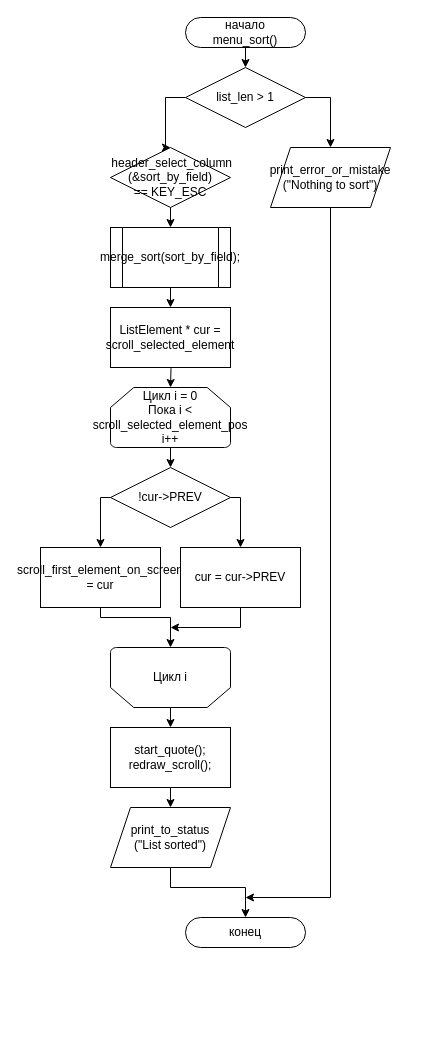
This is ПЗ/Diagrams/menu_sort.drawio from Killfrra/AnP, a draw.io file, before an edit. Source tidied: cells renumbered, new cells numbered last; positions are measured from the earlier drawing's top-left corner, leaving out a move shared by most shapes. Both pictures are drawn from the tidied source at 100%, with x=0, y=0 at pixel (40, 17).
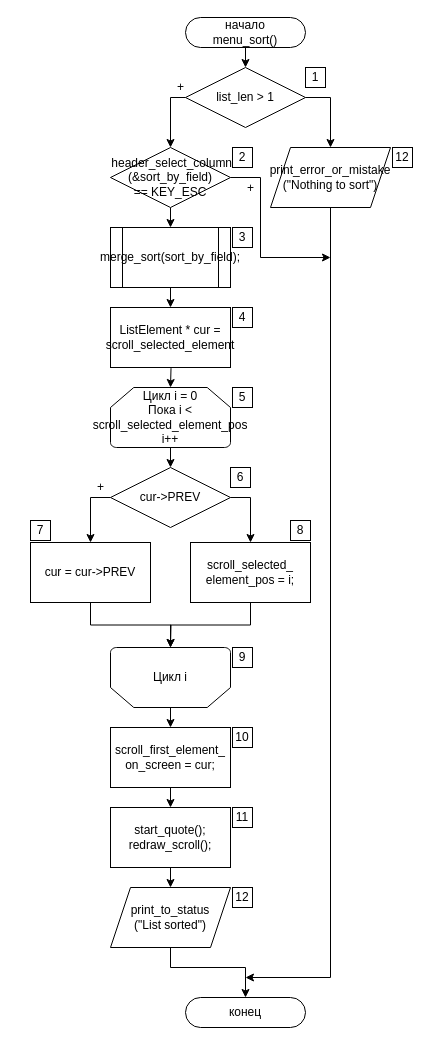
Above is the later version.

Unchanged cells that the change refers to:
```xml
<mxCell id="4" value="list_len &gt; 1" style="rhombus;whiteSpace=wrap;html=1;rounded=0;" parent="1" vertex="1">
  <mxGeometry x="145" y="50" width="120" height="60" as="geometry" />
</mxCell>
<mxCell id="7" value="Цикл i" style="strokeWidth=1;html=1;shape=mxgraph.flowchart.loop_limit;whiteSpace=wrap;flipV=1;" parent="1" vertex="1">
  <mxGeometry x="70" y="630" width="120" height="60" as="geometry" />
</mxCell>
<mxCell id="21" value="&amp;nbsp;header_select_column&lt;br&gt;(&amp;amp;sort_by_field)&lt;br&gt;== KEY_ESC" style="rhombus;whiteSpace=wrap;html=1;rounded=0;" parent="1" vertex="1">
  <mxGeometry x="70" y="130" width="120" height="60" as="geometry" />
</mxCell>
<mxCell id="24" value="print_error_or_mistake&lt;br&gt;(&quot;Nothing to sort&quot;)" style="shape=parallelogram;perimeter=parallelogramPerimeter;whiteSpace=wrap;html=1;fixedSize=1;fontFamily=Helvetica;fontSize=12;fontColor=#000000;align=center;strokeColor=#000000;fillColor=#ffffff;" parent="1" vertex="1">
  <mxGeometry x="230" y="130" width="120" height="60" as="geometry" />
</mxCell>
```

Diff of the diagram source:
```diff
@@
     <mxCell id="3" value="конец" style="rounded=1;whiteSpace=wrap;html=1;arcSize=50;" parent="1" vertex="1">
-      <mxGeometry x="145" y="900" width="120" height="30" as="geometry" />
+      <mxGeometry x="145" y="980" width="120" height="30" as="geometry" />
     </mxCell>
@@
     <mxCell id="5" value="start_quote();&lt;br&gt;redraw_scroll();" style="rounded=0;whiteSpace=wrap;html=1;" parent="1" vertex="1">
-      <mxGeometry x="70" y="710" width="120" height="60" as="geometry" />
+      <mxGeometry x="70" y="790" width="120" height="60" as="geometry" />
     </mxCell>
@@
+    <mxCell id="32" style="edgeStyle=orthogonalEdgeStyle;rounded=0;jettySize=auto;html=1;exitX=0.5;exitY=0;exitDx=0;exitDy=0;exitPerimeter=0;entryX=0.5;entryY=0;entryDx=0;entryDy=0;" parent="1" edge="1" source="7" target="51">
+      <mxGeometry relative="1" as="geometry" />
+    </mxCell>
@@
+    <mxCell id="14" style="edgeStyle=orthogonalEdgeStyle;rounded=0;jettySize=auto;html=1;exitX=0;exitY=0.5;exitDx=0;exitDy=0;entryX=0.5;entryY=0;entryDx=0;entryDy=0;" parent="1" edge="1" source="8" target="12">
+      <mxGeometry relative="1" as="geometry" />
+    </mxCell>
+    <mxCell id="13" style="edgeStyle=orthogonalEdgeStyle;rounded=0;jettySize=auto;html=1;exitX=1;exitY=0.5;exitDx=0;exitDy=0;entryX=0.5;entryY=0;entryDx=0;entryDy=0;" parent="1" edge="1" source="8" target="9">
+      <mxGeometry relative="1" as="geometry" />
+    </mxCell>
-    <mxCell id="8" value="!cur-&gt;PREV" style="rhombus;whiteSpace=wrap;html=1;rounded=0;" parent="1" vertex="1">
+    <mxCell id="8" value="cur-&amp;gt;PREV" style="rhombus;whiteSpace=wrap;html=1;rounded=0;" parent="1" vertex="1">
       <mxGeometry x="70" y="450" width="120" height="60" as="geometry" />
     </mxCell>
+    <mxCell id="10" style="edgeStyle=orthogonalEdgeStyle;rounded=0;jettySize=auto;html=1;exitX=0.5;exitY=1;exitDx=0;exitDy=0;entryX=0.5;entryY=1;entryDx=0;entryDy=0;entryPerimeter=0;" parent="1" edge="1" source="9" target="7">
+      <mxGeometry relative="1" as="geometry" />
+    </mxCell>
-    <mxCell id="9" value="scroll_first_element_on_screen = cur" style="rounded=0;whiteSpace=wrap;html=1;" parent="1" vertex="1">
-      <mxGeometry y="530" width="120" height="60" as="geometry" />
+    <mxCell id="9" value="&lt;font style=&quot;font-size: 12px&quot;&gt;scroll_selected_&lt;br&gt;element_pos = i;&lt;/font&gt;" style="rounded=0;whiteSpace=wrap;html=1;" parent="1" vertex="1">
+      <mxGeometry x="150" y="525" width="120" height="60" as="geometry" />
     </mxCell>
-    <mxCell id="10" style="edgeStyle=orthogonalEdgeStyle;rounded=0;jettySize=auto;html=1;exitX=0.5;exitY=1;exitDx=0;exitDy=0;entryX=0.5;entryY=0;entryDx=0;entryDy=0;" parent="1" edge="1" source="9" target="7">
-      <mxGeometry relative="1" as="geometry">
-        <Array as="points">
-          <mxPoint x="60" y="600" />
-          <mxPoint x="130" y="600" />
-        </Array>
-      </mxGeometry>
-    </mxCell>
-    <mxCell id="11" style="edgeStyle=orthogonalEdgeStyle;rounded=0;jettySize=auto;html=1;exitX=0.5;exitY=1;exitDx=0;exitDy=0;" parent="1" edge="1" source="12">
-      <mxGeometry relative="1" as="geometry">
-        <mxPoint x="130" y="610" as="targetPoint" />
-        <Array as="points">
-          <mxPoint x="200" y="610" />
-        </Array>
-      </mxGeometry>
-    </mxCell>
+    <mxCell id="33" style="edgeStyle=orthogonalEdgeStyle;rounded=0;jettySize=auto;html=1;exitX=0.5;exitY=1;exitDx=0;exitDy=0;" parent="1" edge="1" source="12">
+      <mxGeometry relative="1" as="geometry">
+        <mxPoint x="130" y="630" as="targetPoint" />
+      </mxGeometry>
+    </mxCell>
     <mxCell id="12" value="cur = cur-&gt;PREV" style="rounded=0;whiteSpace=wrap;html=1;" parent="1" vertex="1">
-      <mxGeometry x="140" y="530" width="120" height="60" as="geometry" />
+      <mxGeometry x="-10" y="525" width="120" height="60" as="geometry" />
     </mxCell>
-    <mxCell id="13" style="edgeStyle=orthogonalEdgeStyle;rounded=0;jettySize=auto;html=1;exitX=0;exitY=0.5;exitDx=0;exitDy=0;entryX=0.5;entryY=0;entryDx=0;entryDy=0;" parent="1" edge="1" source="8" target="9">
-      <mxGeometry relative="1" as="geometry">
-        <Array as="points">
-          <mxPoint x="60" y="480" />
-        </Array>
-      </mxGeometry>
-    </mxCell>
-    <mxCell id="14" style="edgeStyle=orthogonalEdgeStyle;rounded=0;jettySize=auto;html=1;exitX=1;exitY=0.5;exitDx=0;exitDy=0;entryX=0.5;entryY=0;entryDx=0;entryDy=0;" parent="1" edge="1" source="8" target="12">
-      <mxGeometry relative="1" as="geometry">
-        <Array as="points">
-          <mxPoint x="200" y="480" />
-        </Array>
-      </mxGeometry>
-    </mxCell>
@@
-    <mxCell id="16" style="edgeStyle=orthogonalEdgeStyle;rounded=0;jettySize=auto;html=1;exitX=0.5;exitY=1;exitDx=0;exitDy=0;entryX=0.5;entryY=0;entryDx=0;entryDy=0;" parent="1" edge="1" source="7" target="5">
-      <mxGeometry relative="1" as="geometry" />
-    </mxCell>
@@
+    <mxCell id="34" style="edgeStyle=orthogonalEdgeStyle;rounded=0;jettySize=auto;html=1;exitX=1;exitY=0.5;exitDx=0;exitDy=0;" parent="1" edge="1" source="21">
+      <mxGeometry relative="1" as="geometry">
+        <mxPoint x="290" y="240" as="targetPoint" />
+        <Array as="points">
+          <mxPoint x="220" y="160" />
+          <mxPoint x="220" y="240" />
+          <mxPoint x="290" y="240" />
+        </Array>
+      </mxGeometry>
+    </mxCell>
@@
     <mxCell id="23" style="edgeStyle=orthogonalEdgeStyle;rounded=0;jettySize=auto;html=1;exitX=0.5;exitY=1;exitDx=0;exitDy=0;endSize=6;" parent="1" edge="1" source="24">
       <mxGeometry relative="1" as="geometry">
-        <mxPoint x="205" y="880" as="targetPoint" />
+        <mxPoint x="205" y="960" as="targetPoint" />
         <Array as="points">
-          <mxPoint x="290" y="880" />
+          <mxPoint x="290" y="960" />
         </Array>
       </mxGeometry>
     </mxCell>
@@
     <mxCell id="25" style="edgeStyle=orthogonalEdgeStyle;rounded=0;jettySize=auto;html=1;exitX=0;exitY=0.5;exitDx=0;exitDy=0;entryX=0.5;entryY=0;entryDx=0;entryDy=0;" parent="1" edge="1" source="4" target="21">
-      <mxGeometry relative="1" as="geometry" />
+      <mxGeometry relative="1" as="geometry">
+        <Array as="points">
+          <mxPoint x="130" y="80" />
+        </Array>
+      </mxGeometry>
     </mxCell>
@@
     <mxCell id="28" style="edgeStyle=orthogonalEdgeStyle;rounded=0;jettySize=auto;html=1;exitX=0.5;exitY=1;exitDx=0;exitDy=0;entryX=0.5;entryY=0;entryDx=0;entryDy=0;" parent="1" edge="1" source="29" target="3">
       <mxGeometry relative="1" as="geometry">
         <Array as="points">
-          <mxPoint x="130" y="870" />
-          <mxPoint x="205" y="870" />
+          <mxPoint x="130" y="950" />
+          <mxPoint x="205" y="950" />
         </Array>
       </mxGeometry>
     </mxCell>
     <mxCell id="29" value="&lt;span&gt;print_to_status&lt;br&gt;(&quot;List sorted&quot;)&lt;/span&gt;" style="shape=parallelogram;perimeter=parallelogramPerimeter;whiteSpace=wrap;html=1;fixedSize=1;" parent="1" vertex="1">
-      <mxGeometry x="70" y="790" width="120" height="60" as="geometry" />
+      <mxGeometry x="70" y="870" width="120" height="60" as="geometry" />
     </mxCell>
@@
+    <mxCell id="35" value="1" style="whiteSpace=wrap;html=1;" parent="1" vertex="1">
+      <mxGeometry x="265" y="50" width="20" height="20" as="geometry" />
+    </mxCell>
+    <mxCell id="36" value="12" style="whiteSpace=wrap;html=1;" parent="1" vertex="1">
+      <mxGeometry x="352" y="130" width="20" height="20" as="geometry" />
+    </mxCell>
+    <mxCell id="37" value="2" style="whiteSpace=wrap;html=1;" parent="1" vertex="1">
+      <mxGeometry x="192" y="130" width="20" height="20" as="geometry" />
+    </mxCell>
+    <mxCell id="38" value="3" style="whiteSpace=wrap;html=1;" parent="1" vertex="1">
+      <mxGeometry x="192" y="210" width="20" height="20" as="geometry" />
+    </mxCell>
+    <mxCell id="39" value="4" style="whiteSpace=wrap;html=1;" parent="1" vertex="1">
+      <mxGeometry x="192" y="290" width="20" height="20" as="geometry" />
+    </mxCell>
+    <mxCell id="40" value="5" style="whiteSpace=wrap;html=1;" parent="1" vertex="1">
+      <mxGeometry x="192" y="370" width="20" height="20" as="geometry" />
+    </mxCell>
+    <mxCell id="41" value="6" style="whiteSpace=wrap;html=1;" parent="1" vertex="1">
+      <mxGeometry x="190" y="450" width="20" height="20" as="geometry" />
+    </mxCell>
+    <mxCell id="42" value="7" style="whiteSpace=wrap;html=1;" parent="1" vertex="1">
+      <mxGeometry x="-10" y="503" width="20" height="20" as="geometry" />
+    </mxCell>
+    <mxCell id="43" value="8" style="whiteSpace=wrap;html=1;" parent="1" vertex="1">
+      <mxGeometry x="250" y="503" width="20" height="20" as="geometry" />
+    </mxCell>
+    <mxCell id="44" value="9" style="whiteSpace=wrap;html=1;" parent="1" vertex="1">
+      <mxGeometry x="192" y="630" width="20" height="20" as="geometry" />
+    </mxCell>
+    <mxCell id="45" value="11" style="whiteSpace=wrap;html=1;" parent="1" vertex="1">
+      <mxGeometry x="192" y="790" width="20" height="20" as="geometry" />
+    </mxCell>
+    <mxCell id="46" value="12&lt;br&gt;" style="whiteSpace=wrap;html=1;" parent="1" vertex="1">
+      <mxGeometry x="192" y="870" width="20" height="20" as="geometry" />
+    </mxCell>
+    <mxCell id="47" value="+" style="text;html=1;align=center;verticalAlign=middle;" parent="1" vertex="1">
+      <mxGeometry x="130" y="60" width="20" height="20" as="geometry" />
+    </mxCell>
+    <mxCell id="48" value="+" style="text;html=1;align=center;verticalAlign=middle;" parent="1" vertex="1">
+      <mxGeometry x="200" y="161" width="20" height="20" as="geometry" />
+    </mxCell>
+    <mxCell id="49" value="+" style="text;html=1;align=center;verticalAlign=middle;" parent="1" vertex="1">
+      <mxGeometry x="50" y="460" width="20" height="20" as="geometry" />
+    </mxCell>
+    <mxCell id="50" style="edgeStyle=orthogonalEdgeStyle;rounded=0;jettySize=auto;html=1;exitX=0.5;exitY=1;exitDx=0;exitDy=0;entryX=0.5;entryY=0;entryDx=0;entryDy=0;" parent="1" edge="1" source="51" target="5">
+      <mxGeometry relative="1" as="geometry" />
+    </mxCell>
+    <mxCell id="51" value="scroll_first_element_&lt;br&gt;on_screen = cur;" style="rounded=0;whiteSpace=wrap;html=1;" parent="1" vertex="1">
+      <mxGeometry x="70" y="710" width="120" height="60" as="geometry" />
+    </mxCell>
+    <mxCell id="52" value="10" style="whiteSpace=wrap;html=1;" parent="1" vertex="1">
+      <mxGeometry x="192" y="710" width="20" height="20" as="geometry" />
+    </mxCell>
```
